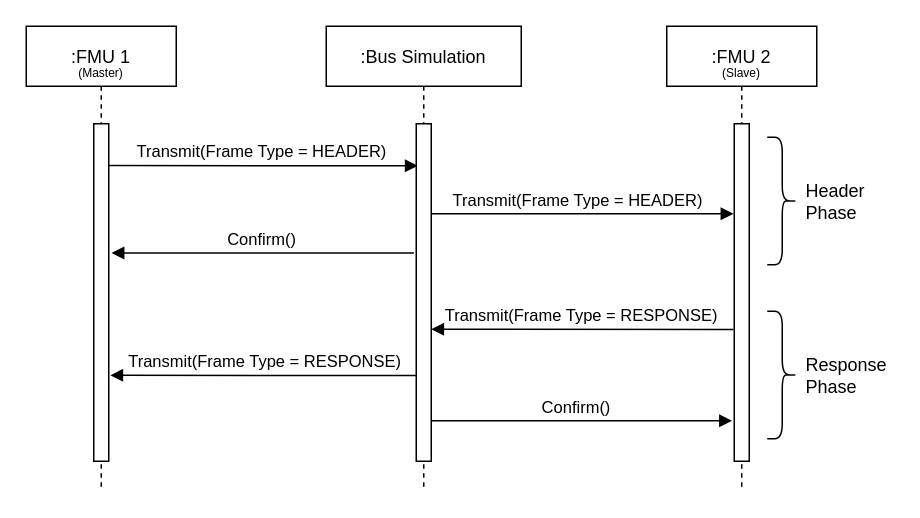
This is docs/images/lin_confirmation_with_bus_simulation_fmu.drawio from modelica/fmi-ls-bus, a draw.io file, before an edit. Source tidied: cells renumbered, new cells numbered last; positions are measured from the earlier drawing's top-left corner, leaving out a move shared by most shapes. Both pictures are drawn from the tidied source at 150%, with x=0, y=0 at pixel (26, 26).
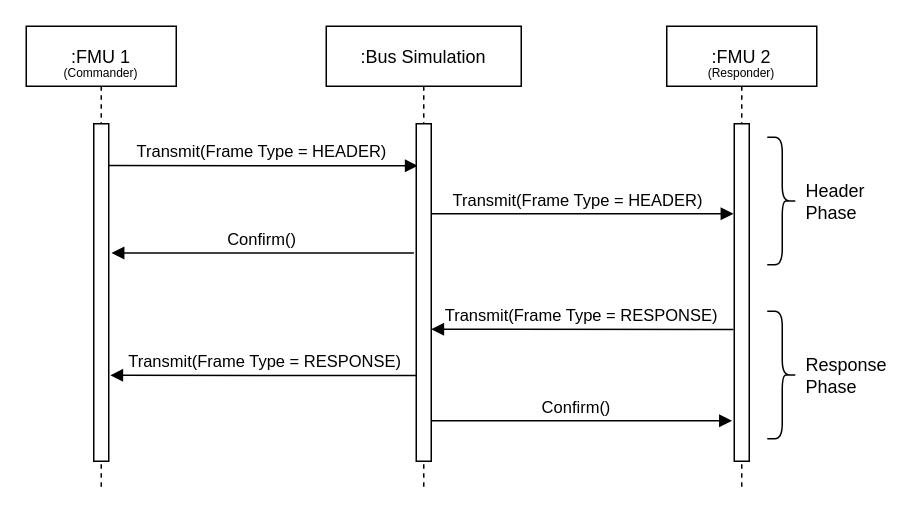
The same diagram, later.

Commit message (it also covers changes not shown here):
Use Commander and Responder instead of LIN Master/Slave (2)

The change refers to these unchanged cells:
```xml
<mxCell id="5" value=":FMU 1" style="shape=umlLifeline;perimeter=lifelinePerimeter;rounded=0;shadow=0;strokeWidth=1;" parent="1" vertex="1">
  <mxGeometry width="100" height="310" as="geometry" />
</mxCell>
<mxCell id="11" value=":FMU 2" style="shape=umlLifeline;perimeter=lifelinePerimeter;rounded=0;shadow=0;strokeWidth=1;" parent="1" vertex="1">
  <mxGeometry x="427" width="100" height="310" as="geometry" />
</mxCell>
```

Diff of the diagram source:
```diff
@@
-    <mxCell id="6" value="(Master)" style="text;html=1;whiteSpace=wrap;strokeColor=none;fillColor=none;align=center;verticalAlign=middle;rounded=0;fontSize=8;" parent="5" vertex="1">
+    <mxCell id="6" value="(Commander)" style="text;html=1;whiteSpace=wrap;strokeColor=none;fillColor=none;align=center;verticalAlign=middle;rounded=0;fontSize=8;" parent="5" vertex="1">
       <mxGeometry x="20" y="15" width="60" height="31" as="geometry" />
     </mxCell>
@@
-    <mxCell id="13" value="(Slave)" style="text;html=1;whiteSpace=wrap;strokeColor=none;fillColor=none;align=center;verticalAlign=middle;rounded=0;fontSize=8;" parent="11" vertex="1">
+    <mxCell id="13" value="(Responder)" style="text;html=1;whiteSpace=wrap;strokeColor=none;fillColor=none;align=center;verticalAlign=middle;rounded=0;fontSize=8;" parent="11" vertex="1">
       <mxGeometry x="20" y="15" width="60" height="31" as="geometry" />
     </mxCell>
```
